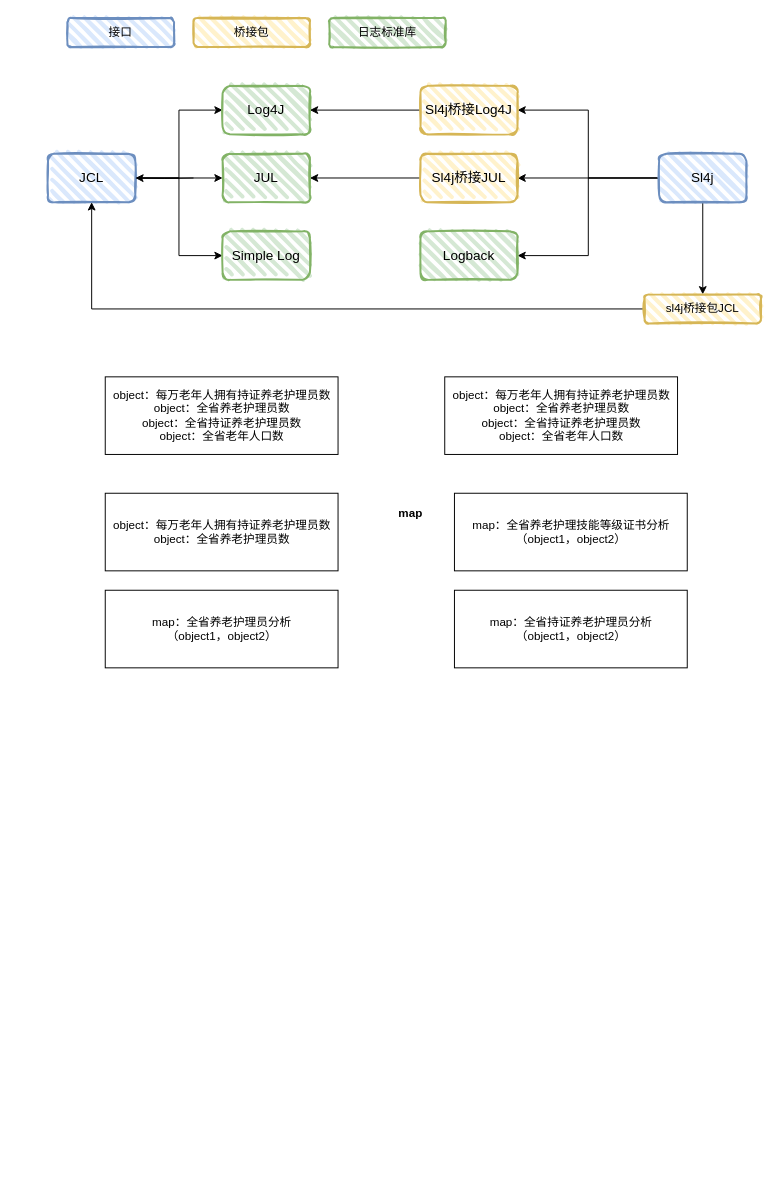
This is Untitled Diagram.drawio from HelloChandler/Hello-World, a draw.io file, before an edit. Source tidied: cells renumbered, new cells numbered last; positions are measured from the earlier drawing's top-left corner, leaving out a move shared by most shapes. Both pictures are drawn from the tidied source at 97%, with x=0, y=0 at pixel (48, 17).
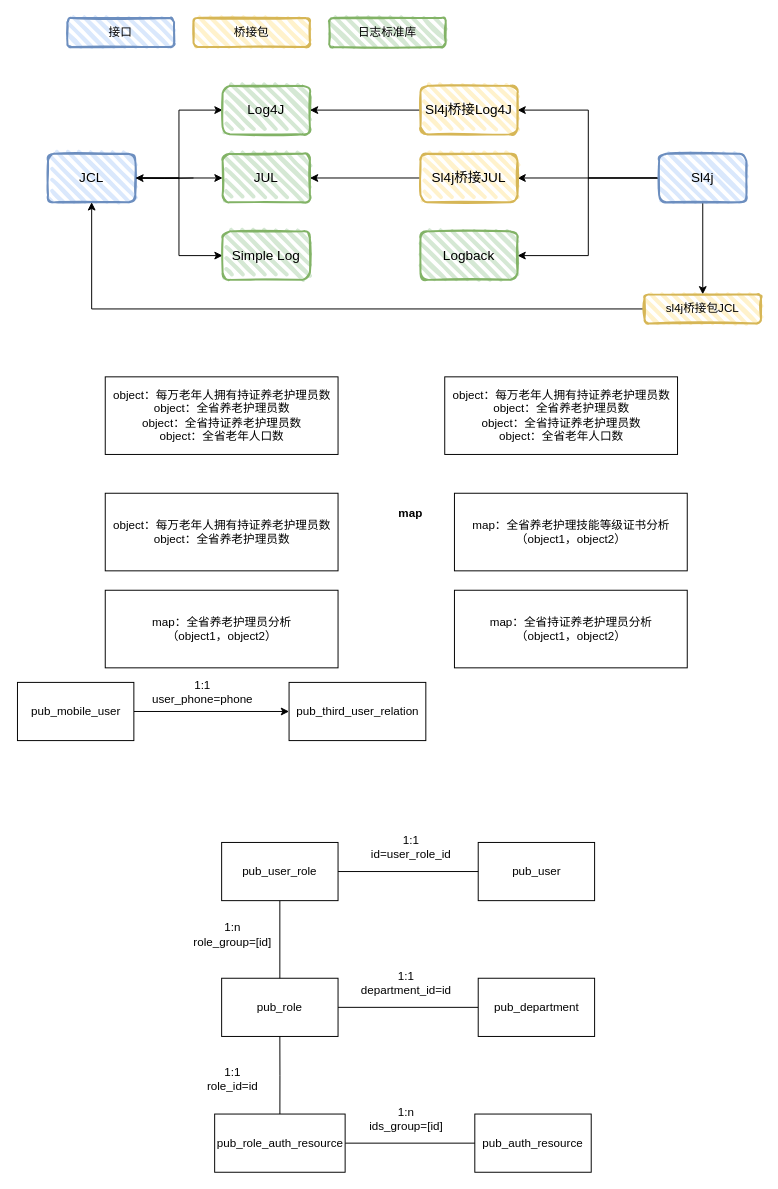
After the change.

Change to the diagram source:
```diff
@@
+    <mxCell id="32" style="edgeStyle=orthogonalEdgeStyle;rounded=0;jettySize=auto;html=1;exitX=1;exitY=0.5;exitDx=0;exitDy=0;" parent="1" edge="1" source="33" target="44">
+      <mxGeometry relative="1" as="geometry" />
+    </mxCell>
+    <mxCell id="33" value="pub_mobile_user" style="rounded=0;whiteSpace=wrap;html=1;" parent="1" vertex="1">
+      <mxGeometry x="-31.5" y="685" width="120" height="60" as="geometry" />
+    </mxCell>
+    <mxCell id="34" value="pub_user" style="rounded=0;whiteSpace=wrap;html=1;" parent="1" vertex="1">
+      <mxGeometry x="443.5" y="850" width="120" height="60" as="geometry" />
+    </mxCell>
+    <mxCell id="35" value="pub_auth_resource" style="rounded=0;whiteSpace=wrap;html=1;" parent="1" vertex="1">
+      <mxGeometry x="440" y="1130" width="120" height="60" as="geometry" />
+    </mxCell>
+    <mxCell id="36" style="edgeStyle=orthogonalEdgeStyle;rounded=0;jettySize=auto;html=1;exitX=1;exitY=0.5;exitDx=0;exitDy=0;entryX=0;entryY=0.5;entryDx=0;entryDy=0;endArrow=none;endFill=0;" parent="1" edge="1" source="37" target="50">
+      <mxGeometry relative="1" as="geometry" />
+    </mxCell>
+    <mxCell id="37" value="pub_role" style="rounded=0;whiteSpace=wrap;html=1;" parent="1" vertex="1">
+      <mxGeometry x="179" y="990" width="120" height="60" as="geometry" />
+    </mxCell>
+    <mxCell id="38" style="edgeStyle=orthogonalEdgeStyle;rounded=0;jettySize=auto;html=1;exitX=0.5;exitY=0;exitDx=0;exitDy=0;entryX=0.5;entryY=1;entryDx=0;entryDy=0;endArrow=none;endFill=0;" parent="1" edge="1" source="40" target="37">
+      <mxGeometry relative="1" as="geometry" />
+    </mxCell>
+    <mxCell id="39" style="edgeStyle=orthogonalEdgeStyle;rounded=0;jettySize=auto;html=1;exitX=1;exitY=0.5;exitDx=0;exitDy=0;entryX=0;entryY=0.5;entryDx=0;entryDy=0;endArrow=none;endFill=0;" parent="1" edge="1" source="40" target="35">
+      <mxGeometry relative="1" as="geometry" />
+    </mxCell>
+    <mxCell id="40" value="pub_role_auth_resource" style="rounded=0;whiteSpace=wrap;html=1;" parent="1" vertex="1">
+      <mxGeometry x="171.8" y="1130" width="134.5" height="60" as="geometry" />
+    </mxCell>
+    <mxCell id="41" style="edgeStyle=orthogonalEdgeStyle;rounded=0;jettySize=auto;html=1;exitX=1;exitY=0.5;exitDx=0;exitDy=0;entryX=0;entryY=0.5;entryDx=0;entryDy=0;endArrow=none;endFill=0;" parent="1" edge="1" source="43" target="34">
+      <mxGeometry relative="1" as="geometry" />
+    </mxCell>
+    <mxCell id="42" style="edgeStyle=orthogonalEdgeStyle;rounded=0;jettySize=auto;html=1;exitX=0.5;exitY=1;exitDx=0;exitDy=0;entryX=0.5;entryY=0;entryDx=0;entryDy=0;endArrow=none;endFill=0;" parent="1" edge="1" source="43" target="37">
+      <mxGeometry relative="1" as="geometry" />
+    </mxCell>
+    <mxCell id="43" value="pub_user_role" style="rounded=0;whiteSpace=wrap;html=1;" parent="1" vertex="1">
+      <mxGeometry x="179" y="850" width="120" height="60" as="geometry" />
+    </mxCell>
+    <mxCell id="44" value="pub_third_user_relation" style="rounded=0;whiteSpace=wrap;html=1;" parent="1" vertex="1">
+      <mxGeometry x="248.5" y="685" width="141" height="60" as="geometry" />
+    </mxCell>
+    <mxCell id="45" value="1:1&lt;br&gt;user_phone=phone" style="text;html=1;align=center;verticalAlign=middle;strokeColor=none;" parent="1" vertex="1">
+      <mxGeometry x="98.5" y="680" width="120" height="30" as="geometry" />
+    </mxCell>
+    <mxCell id="46" value="1:1&lt;br&gt;id=user_role_id" style="text;html=1;align=center;verticalAlign=middle;strokeColor=none;rotation=0;" parent="1" vertex="1">
+      <mxGeometry x="323.5" y="840" width="100" height="30" as="geometry" />
+    </mxCell>
+    <mxCell id="47" value="1:n&lt;br&gt;role_group=[id]" style="text;html=1;align=center;verticalAlign=middle;strokeColor=none;" parent="1" vertex="1">
+      <mxGeometry x="140" y="930" width="100" height="30" as="geometry" />
+    </mxCell>
+    <mxCell id="48" value="1:1&lt;br&gt;role_id=id" style="text;html=1;align=center;verticalAlign=middle;strokeColor=none;rotation=0;" parent="1" vertex="1">
+      <mxGeometry x="155" y="1079" width="70" height="30" as="geometry" />
+    </mxCell>
+    <mxCell id="49" value="1:n&lt;br&gt;ids_group=[id]" style="text;html=1;align=center;verticalAlign=middle;strokeColor=none;" parent="1" vertex="1">
+      <mxGeometry x="324" y="1120" width="90" height="30" as="geometry" />
+    </mxCell>
+    <mxCell id="50" value="pub_department" style="rounded=0;whiteSpace=wrap;html=1;" parent="1" vertex="1">
+      <mxGeometry x="443.5" y="990" width="120" height="60" as="geometry" />
+    </mxCell>
+    <mxCell id="51" value="1:1&lt;br&gt;department_id=id" style="text;html=1;align=center;verticalAlign=middle;strokeColor=none;rotation=0;" parent="1" vertex="1">
+      <mxGeometry x="314" y="980" width="110" height="30" as="geometry" />
+    </mxCell>
```
